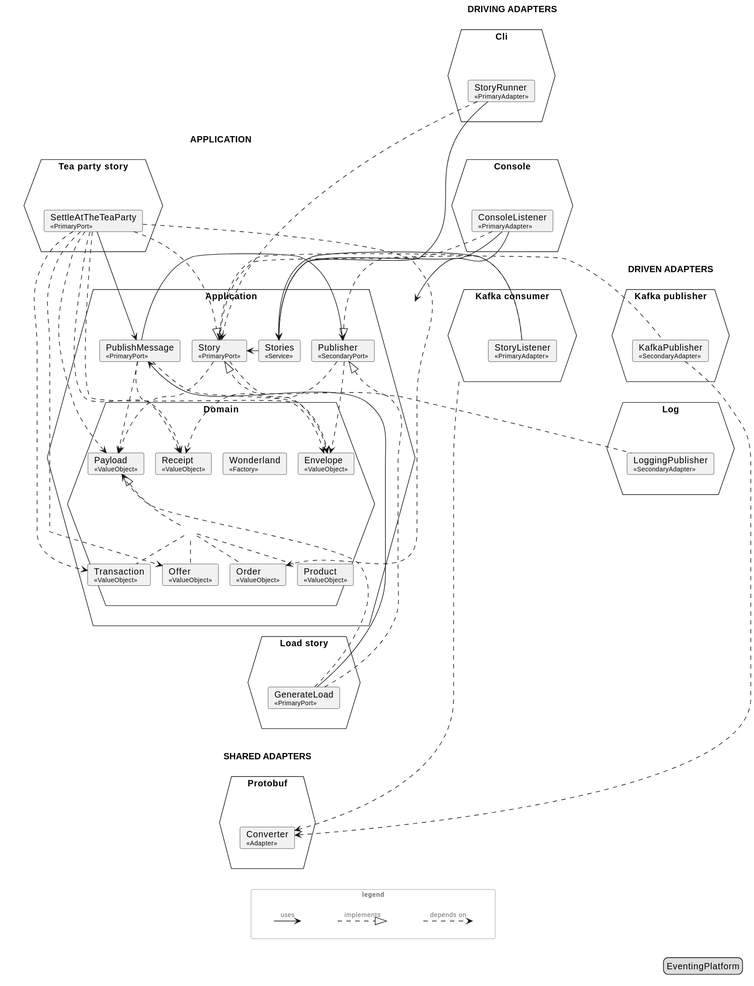
Mathmagicians/confluent-eventing-playground keeps this PlantUML diagram as docs/generated/architecture/svg/hexagon.svg. Above is the earlier version.
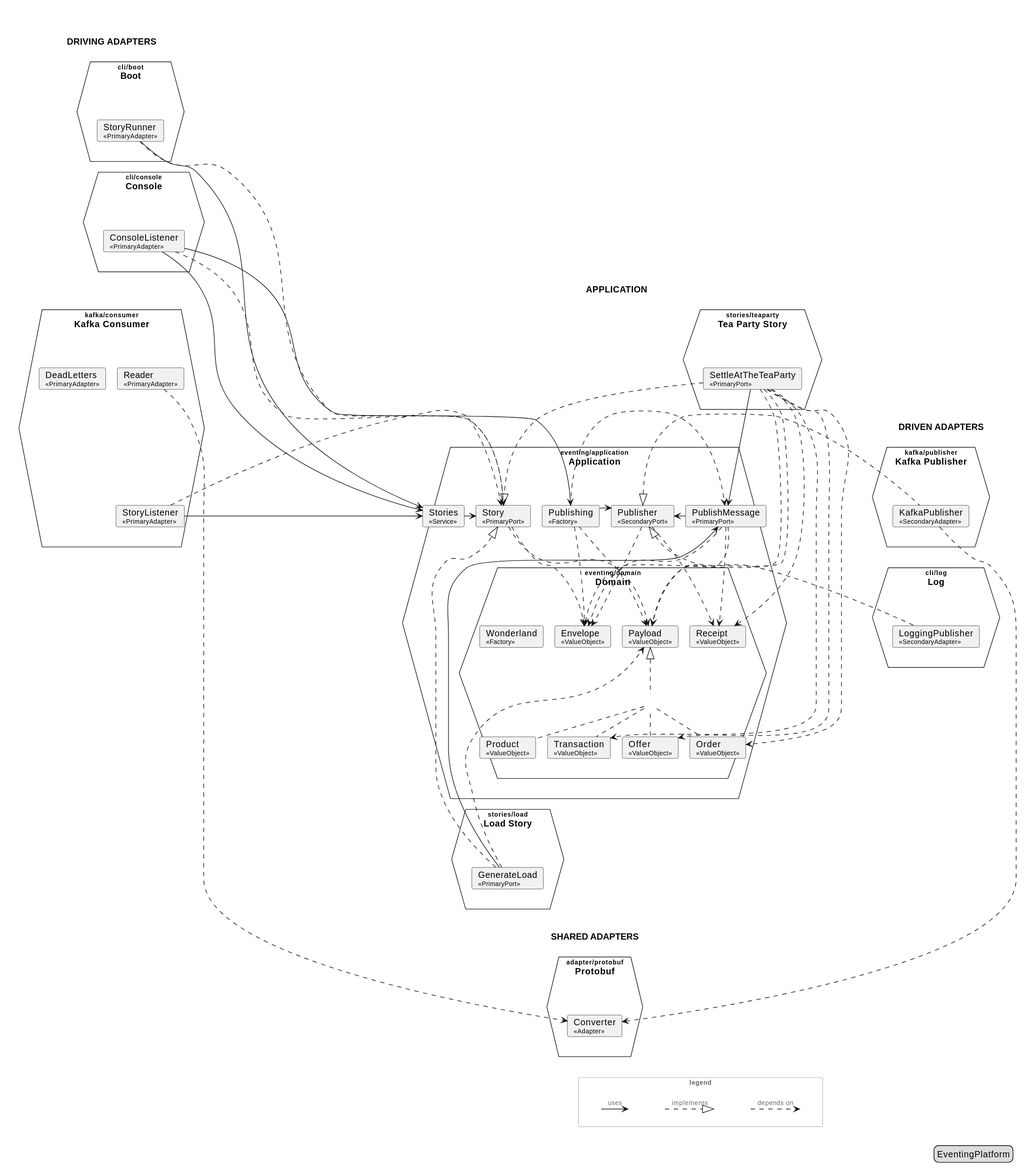
After the commit.

The edit, as a diff of the source:
```diff
@@ -12,35 +12,41 @@
 </style>
 
 rectangle "DRIVING ADAPTERS" as driving #line:transparent {
-  hexagon "Cli" as m_Cli {
-    rectangle "<size:1> </size>" as m_Cli_in #line:transparent {
-      card "StoryRunner\n<size:10>«PrimaryAdapter»</size>" as m_Cli_StoryRunner
+  hexagon "<size:10>cli/boot</size>\nBoot" as m_Boot {
+    rectangle "<size:1> </size>" as m_Boot_in #line:transparent {
+      card "StoryRunner\n<size:10>«PrimaryAdapter»</size>" as m_Boot_StoryRunner
     }
   }
-  hexagon "Console" as m_Console {
+  hexagon "<size:10>cli/console</size>\nConsole" as m_Console {
     rectangle "<size:1> </size>" as m_Console_in #line:transparent {
       card "ConsoleListener\n<size:10>«PrimaryAdapter»</size>" as m_Console_ConsoleListener
     }
   }
-  hexagon "Kafka consumer" as m_Kafka_consumer {
-    rectangle "<size:1> </size>" as m_Kafka_consumer_in #line:transparent {
-      card "StoryListener\n<size:10>«PrimaryAdapter»</size>" as m_Kafka_consumer_StoryListener
+  hexagon "<size:10>kafka/consumer</size>\nKafka Consumer" as m_Kafka_Consumer {
+    rectangle "<size:1> </size>" as m_Kafka_Consumer_in #line:transparent {
+      card "DeadLetters\n<size:10>«PrimaryAdapter»</size>" as m_Kafka_Consumer_DeadLetters
+      card "Reader\n<size:10>«PrimaryAdapter»</size>" as m_Kafka_Consumer_Reader
+      card "StoryListener\n<size:10>«PrimaryAdapter»</size>" as m_Kafka_Consumer_StoryListener
+      m_Kafka_Consumer_DeadLetters -[hidden]right-> m_Kafka_Consumer_Reader
+      m_Kafka_Consumer_DeadLetters -[hidden]down-> m_Kafka_Consumer_StoryListener
     }
   }
-  m_Cli_StoryRunner -[hidden]down-> m_Console_ConsoleListener
-  m_Console_ConsoleListener -[hidden]down-> m_Kafka_consumer_StoryListener
+  m_Boot_StoryRunner -[hidden]down-> m_Console_ConsoleListener
+  m_Console_ConsoleListener -[hidden]down-> m_Kafka_Consumer_DeadLetters
 }
 rectangle "APPLICATION" as core #line:transparent {
-  hexagon "Application" as m_Application {
+  hexagon "<size:10>eventing/application</size>\nApplication" as m_Application {
     rectangle "<size:1> </size>" as m_Application_in #line:transparent {
       card "PublishMessage\n<size:10>«PrimaryPort»</size>" as m_Application_PublishMessage
       card "Story\n<size:10>«PrimaryPort»</size>" as m_Application_Story
       card "Publisher\n<size:10>«SecondaryPort»</size>" as m_Application_Publisher
+      card "Publishing\n<size:10>«Factory»</size>" as m_Application_Publishing
       card "Stories\n<size:10>«Service»</size>" as m_Application_Stories
       m_Application_PublishMessage -[hidden]right-> m_Application_Story
       m_Application_Story -[hidden]right-> m_Application_Publisher
-      m_Application_Publisher -[hidden]right-> m_Application_Stories
-      hexagon "Domain" as m_Domain {
+      m_Application_Publisher -[hidden]right-> m_Application_Publishing
+      m_Application_Publishing -[hidden]right-> m_Application_Stories
+      hexagon "<size:10>eventing/domain</size>\nDomain" as m_Domain {
         rectangle "<size:1> </size>" as m_Domain_in #line:transparent {
           card "Wonderland\n<size:10>«Factory»</size>" as m_Domain_Wonderland
           card "Envelope\n<size:10>«ValueObject»</size>" as m_Domain_Envelope
@@ -68,51 +74,62 @@
       m_Application_PublishMessage -[hidden]down-> m_Domain_Envelope
       m_Application_Story -[hidden]down-> m_Domain_Envelope
       m_Application_Publisher -[hidden]down-> m_Domain_Envelope
+      m_Application_Publishing -[hidden]down-> m_Domain_Envelope
       m_Application_Stories -[hidden]down-> m_Domain_Envelope
     }
   }
-  hexagon "Load story" as m_Load_story {
-    rectangle "<size:1> </size>" as m_Load_story_in #line:transparent {
-      card "GenerateLoad\n<size:10>«PrimaryPort»</size>" as m_Load_story_GenerateLoad
+  hexagon "<size:10>stories/load</size>\nLoad Story" as m_Load_Story {
+    rectangle "<size:1> </size>" as m_Load_Story_in #line:transparent {
+      card "GenerateLoad\n<size:10>«PrimaryPort»</size>" as m_Load_Story_GenerateLoad
     }
   }
-  hexagon "Tea party story" as m_Tea_party_story {
-    rectangle "<size:1> </size>" as m_Tea_party_story_in #line:transparent {
-      card "SettleAtTheTeaParty\n<size:10>«PrimaryPort»</size>" as m_Tea_party_story_SettleAtTheTeaParty
+  hexagon "<size:10>stories/teaparty</size>\nTea Party Story" as m_Tea_Party_Story {
+    rectangle "<size:1> </size>" as m_Tea_Party_Story_in #line:transparent {
+      card "SettleAtTheTeaParty\n<size:10>«PrimaryPort»</size>" as m_Tea_Party_Story_SettleAtTheTeaParty
     }
   }
-  m_Domain_Offer -[hidden]down-> m_Load_story_GenerateLoad
-  m_Domain_Order -[hidden]down-> m_Load_story_GenerateLoad
-  m_Domain_Product -[hidden]down-> m_Load_story_GenerateLoad
-  m_Domain_Transaction -[hidden]down-> m_Load_story_GenerateLoad
-  m_Load_story_GenerateLoad -[hidden]down-> m_Tea_party_story_SettleAtTheTeaParty
+  m_Domain_Offer -[hidden]down-> m_Load_Story_GenerateLoad
+  m_Domain_Order -[hidden]down-> m_Load_Story_GenerateLoad
+  m_Domain_Product -[hidden]down-> m_Load_Story_GenerateLoad
+  m_Domain_Transaction -[hidden]down-> m_Load_Story_GenerateLoad
+  m_Load_Story_GenerateLoad -[hidden]down-> m_Tea_Party_Story_SettleAtTheTeaParty
 }
 rectangle "DRIVEN ADAPTERS" as driven #line:transparent {
-  hexagon "Kafka publisher" as m_Kafka_publisher {
-    rectangle "<size:1> </size>" as m_Kafka_publisher_in #line:transparent {
-      card "KafkaPublisher\n<size:10>«SecondaryAdapter»</size>" as m_Kafka_publisher_KafkaPublisher
+  hexagon "<size:10>kafka/publisher</size>\nKafka Publisher" as m_Kafka_Publisher {
+    rectangle "<size:1> </size>" as m_Kafka_Publisher_in #line:transparent {
+      card "KafkaPublisher\n<size:10>«SecondaryAdapter»</size>" as m_Kafka_Publisher_KafkaPublisher
     }
   }
-  hexagon "Log" as m_Log {
+  hexagon "<size:10>cli/log</size>\nLog" as m_Log {
     rectangle "<size:1> </size>" as m_Log_in #line:transparent {
       card "LoggingPublisher\n<size:10>«SecondaryAdapter»</size>" as m_Log_LoggingPublisher
     }
   }
-  m_Kafka_publisher_KafkaPublisher -[hidden]down-> m_Log_LoggingPublisher
+  m_Kafka_Publisher_KafkaPublisher -[hidden]down-> m_Log_LoggingPublisher
 }
 rectangle "SHARED ADAPTERS" as shared #line:transparent {
-  hexagon "Protobuf" as m_Protobuf {
+  hexagon "<size:10>adapter/protobuf</size>\nProtobuf" as m_Protobuf {
     rectangle "<size:1> </size>" as m_Protobuf_in #line:transparent {
       card "Converter\n<size:10>«Adapter»</size>" as m_Protobuf_Converter
     }
   }
 }
+label " " as t_driving
+t_driving -[hidden]down-> m_Boot_StoryRunner
+label " " as t_core
+t_driving -[hidden]right-> t_core
+driving -[hidden]right-> core
+t_core -[hidden]down-> m_Application_Publisher
+label " " as t_driven
+t_core -[hidden]right-> t_driven
+core -[hidden]right-> driven
+t_driven -[hidden]down-> m_Kafka_Publisher_KafkaPublisher
 m_Domain_Offer -[hidden]down-> m_Protobuf_Converter
 m_Domain_Order -[hidden]down-> m_Protobuf_Converter
 m_Domain_Product -[hidden]down-> m_Protobuf_Converter
 m_Domain_Transaction -[hidden]down-> m_Protobuf_Converter
-m_Load_story_GenerateLoad -[hidden]down-> m_Protobuf_Converter
-m_Tea_party_story_SettleAtTheTeaParty -[hidden]down-> m_Protobuf_Converter
+m_Load_Story_GenerateLoad -[hidden]down-> m_Protobuf_Converter
+m_Tea_Party_Story_SettleAtTheTeaParty -[hidden]down-> m_Protobuf_Converter
 
 m_Application_PublishMessage -right-> m_Application_Publisher
 m_Application_PublishMessage ..> m_Domain_Envelope
@@ -120,31 +137,35 @@
 m_Application_PublishMessage ..> m_Domain_Receipt
 m_Application_Publisher ..> m_Domain_Envelope
 m_Application_Publisher ..> m_Domain_Receipt
+m_Application_Publishing .right.> m_Application_PublishMessage
+m_Application_Publishing -right-> m_Application_Publisher
+m_Application_Publishing ..> m_Domain_Envelope
+m_Application_Publishing ..> m_Domain_Payload
 m_Application_Stories -right-> m_Application_Story
 m_Application_Story ..> m_Domain_Envelope
 m_Application_Story ..> m_Domain_Payload
-m_Cli_StoryRunner -right-> m_Application_Stories
-m_Cli_StoryRunner .right.> m_Application_Story
-m_Console_ConsoleListener -right-> m_Application
+m_Boot_StoryRunner -right-> m_Application_Stories
+m_Boot_StoryRunner .right.> m_Application_Story
+m_Console_ConsoleListener -right-> m_Application_Publishing
 m_Console_ConsoleListener -right-> m_Application_Stories
 m_Console_ConsoleListener .right.> m_Application_Story
-m_Kafka_consumer .[norank].> m_Protobuf_Converter
-m_Kafka_consumer_StoryListener -right-> m_Application_Stories
-m_Kafka_consumer_StoryListener .right.> m_Application_Story
-m_Kafka_publisher_KafkaPublisher .left.|> m_Application_Publisher
-m_Kafka_publisher_KafkaPublisher .[norank].> m_Protobuf_Converter
-m_Load_story_GenerateLoad --> m_Application_PublishMessage
-m_Load_story_GenerateLoad ..|> m_Application_Story
-m_Load_story_GenerateLoad ..> m_Domain_Payload
+m_Kafka_Consumer_Reader .[norank].> m_Protobuf_Converter
+m_Kafka_Consumer_StoryListener -right-> m_Application_Stories
+m_Kafka_Consumer_StoryListener .right.> m_Application_Story
+m_Kafka_Publisher_KafkaPublisher .left.|> m_Application_Publisher
+m_Kafka_Publisher_KafkaPublisher .[norank].> m_Protobuf_Converter
+m_Load_Story_GenerateLoad --> m_Application_PublishMessage
+m_Load_Story_GenerateLoad ..|> m_Application_Story
+m_Load_Story_GenerateLoad ..> m_Domain_Payload
 m_Log_LoggingPublisher .left.|> m_Application_Publisher
-m_Tea_party_story_SettleAtTheTeaParty --> m_Application_PublishMessage
-m_Tea_party_story_SettleAtTheTeaParty ..|> m_Application_Story
-m_Tea_party_story_SettleAtTheTeaParty ..> m_Domain_Envelope
-m_Tea_party_story_SettleAtTheTeaParty ..> m_Domain_Offer
-m_Tea_party_story_SettleAtTheTeaParty ..> m_Domain_Order
-m_Tea_party_story_SettleAtTheTeaParty ..> m_Domain_Payload
-m_Tea_party_story_SettleAtTheTeaParty ..> m_Domain_Receipt
-m_Tea_party_story_SettleAtTheTeaParty ..> m_Domain_Transaction
+m_Tea_Party_Story_SettleAtTheTeaParty --> m_Application_PublishMessage
+m_Tea_Party_Story_SettleAtTheTeaParty ..|> m_Application_Story
+m_Tea_Party_Story_SettleAtTheTeaParty ..> m_Domain_Envelope
+m_Tea_Party_Story_SettleAtTheTeaParty ..> m_Domain_Offer
+m_Tea_Party_Story_SettleAtTheTeaParty ..> m_Domain_Order
+m_Tea_Party_Story_SettleAtTheTeaParty ..> m_Domain_Payload
+m_Tea_Party_Story_SettleAtTheTeaParty ..> m_Domain_Receipt
+m_Tea_Party_Story_SettleAtTheTeaParty ..> m_Domain_Transaction
 
 rectangle "<size:10>legend</size>" as legend #line:BBBBBB;text:666666 {
   label " " as l_uses_from
```
